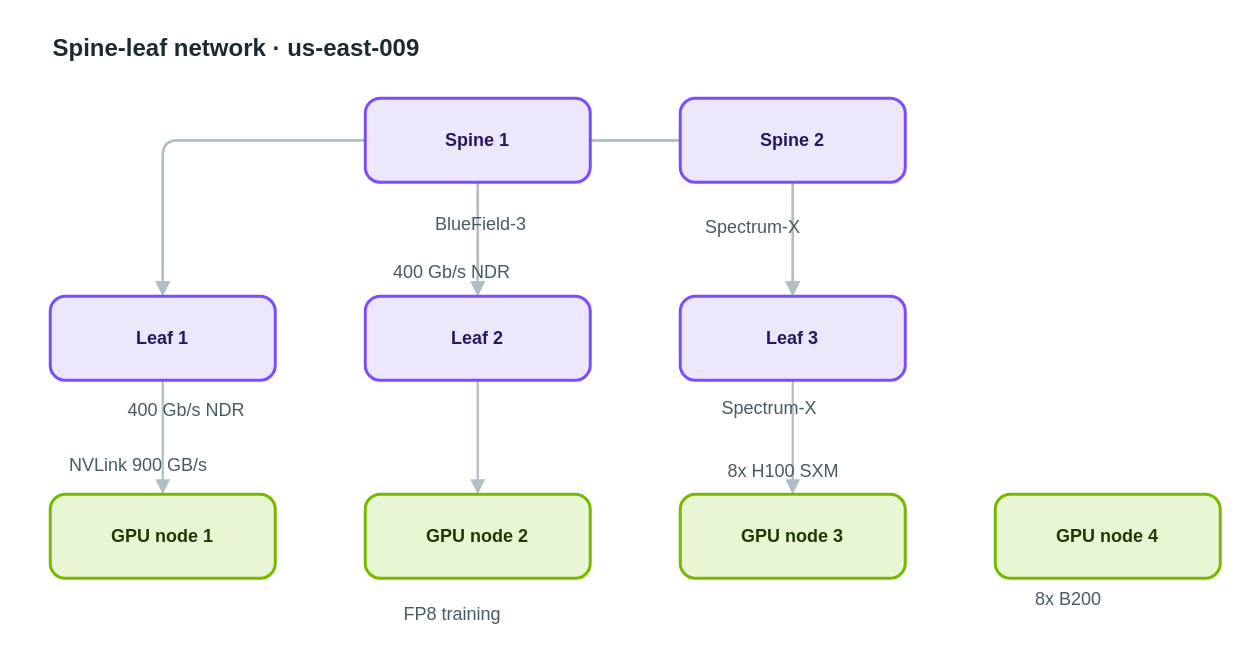
Above: apps/web/public/samples/library/009-spine-leaf-network.drawio in AryanG01/open-apprentice (draw.io), before the change. Source tidied: cells renumbered, new cells numbered last; positions are measured from the earlier drawing's top-left corner, leaving out a move shared by most shapes. Both pictures are drawn from the tidied source at 150%, with x=0, y=0 at pixel (50, 26).
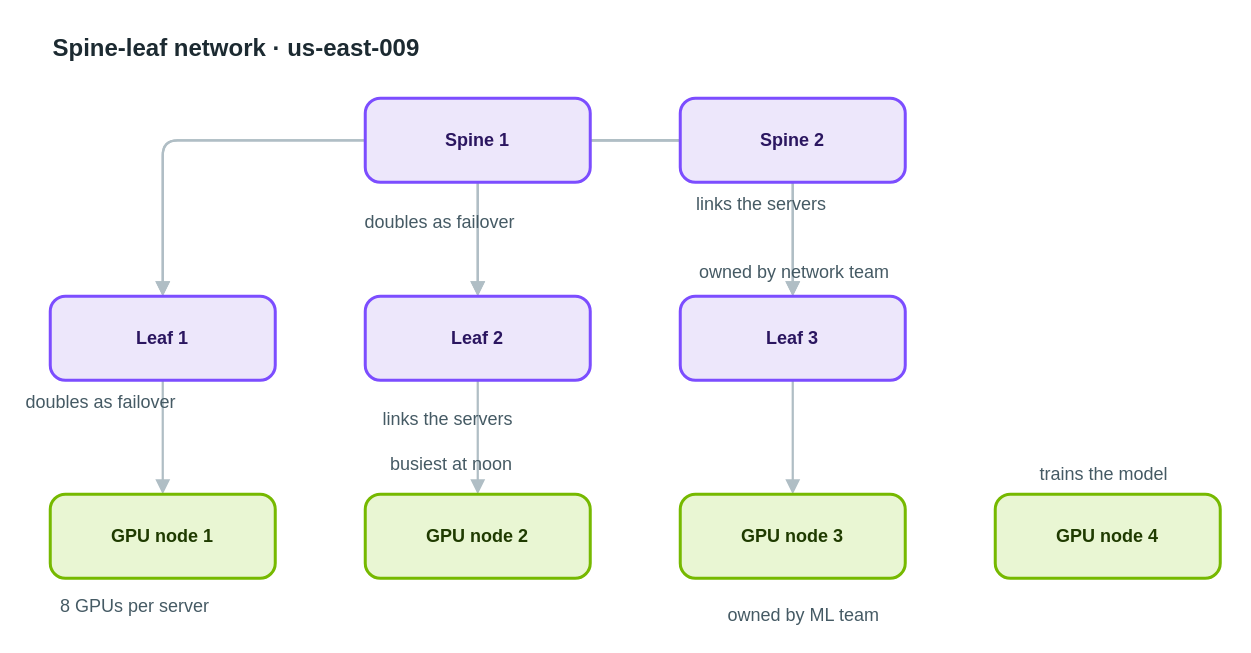
After the change.

Diff of the diagram source:
```diff
@@
-    <mxCell id="21" value="BlueField-3" style="text;html=1;align=left;verticalAlign=top;whiteSpace=nowrap;spacing=0;spacingTop=0;strokeColor=none;fillColor=none;fontSize=12;fontColor=#455a64;" parent="1" vertex="1">
-      <mxGeometry x="257" y="120" width="89" height="20" as="geometry" />
+    <mxCell id="21" value="doubles as failover" style="text;html=1;align=left;verticalAlign=top;whiteSpace=nowrap;spacing=0;spacingTop=0;strokeColor=none;fillColor=none;fontSize=12;fontColor=#455a64;" parent="1" vertex="1">
+      <mxGeometry x="210" y="119" width="145" height="20" as="geometry" />
     </mxCell>
-    <mxCell id="22" value="Spectrum-X" style="text;html=1;align=left;verticalAlign=top;whiteSpace=nowrap;spacing=0;spacingTop=0;strokeColor=none;fillColor=none;fontSize=12;fontColor=#455a64;" parent="1" vertex="1">
-      <mxGeometry x="437" y="122" width="82" height="20" as="geometry" />
+    <mxCell id="22" value="links the servers" style="text;html=1;align=left;verticalAlign=top;whiteSpace=nowrap;spacing=0;spacingTop=0;strokeColor=none;fillColor=none;fontSize=12;fontColor=#455a64;" parent="1" vertex="1">
+      <mxGeometry x="431" y="107" width="131" height="20" as="geometry" />
     </mxCell>
-    <mxCell id="23" value="400 Gb/s NDR" style="text;html=1;align=left;verticalAlign=top;whiteSpace=nowrap;spacing=0;spacingTop=0;strokeColor=none;fillColor=none;fontSize=12;fontColor=#455a64;" parent="1" vertex="1">
-      <mxGeometry x="52" y="244" width="96" height="20" as="geometry" />
+    <mxCell id="23" value="doubles as failover" style="text;html=1;align=left;verticalAlign=top;whiteSpace=nowrap;spacing=0;spacingTop=0;strokeColor=none;fillColor=none;fontSize=12;fontColor=#455a64;" parent="1" vertex="1">
+      <mxGeometry x="-16" y="239" width="145" height="20" as="geometry" />
     </mxCell>
-    <mxCell id="24" value="400 Gb/s NDR" style="text;html=1;align=left;verticalAlign=top;whiteSpace=nowrap;spacing=0;spacingTop=0;strokeColor=none;fillColor=none;fontSize=12;fontColor=#455a64;" parent="1" vertex="1">
-      <mxGeometry x="229" y="152" width="96" height="20" as="geometry" />
+    <mxCell id="24" value="links the servers" style="text;html=1;align=left;verticalAlign=top;whiteSpace=nowrap;spacing=0;spacingTop=0;strokeColor=none;fillColor=none;fontSize=12;fontColor=#455a64;" parent="1" vertex="1">
+      <mxGeometry x="222" y="250" width="131" height="20" as="geometry" />
     </mxCell>
-    <mxCell id="25" value="Spectrum-X" style="text;html=1;align=left;verticalAlign=top;whiteSpace=nowrap;spacing=0;spacingTop=0;strokeColor=none;fillColor=none;fontSize=12;fontColor=#455a64;" parent="1" vertex="1">
-      <mxGeometry x="448" y="243" width="82" height="20" as="geometry" />
+    <mxCell id="25" value="owned by network team" style="text;html=1;align=left;verticalAlign=top;whiteSpace=nowrap;spacing=0;spacingTop=0;strokeColor=none;fillColor=none;fontSize=12;fontColor=#455a64;" parent="1" vertex="1">
+      <mxGeometry x="433" y="152" width="159" height="20" as="geometry" />
     </mxCell>
-    <mxCell id="26" value="NVLink 900 GB/s" style="text;html=1;align=left;verticalAlign=top;whiteSpace=nowrap;spacing=0;spacingTop=0;strokeColor=none;fillColor=none;fontSize=12;fontColor=#455a64;" parent="1" vertex="1">
-      <mxGeometry x="13" y="281" width="117" height="20" as="geometry" />
+    <mxCell id="26" value="8 GPUs per server" style="text;html=1;align=left;verticalAlign=top;whiteSpace=nowrap;spacing=0;spacingTop=0;strokeColor=none;fillColor=none;fontSize=12;fontColor=#455a64;" parent="1" vertex="1">
+      <mxGeometry x="7" y="375" width="131" height="20" as="geometry" />
     </mxCell>
-    <mxCell id="27" value="FP8 training" style="text;html=1;align=left;verticalAlign=top;whiteSpace=nowrap;spacing=0;spacingTop=0;strokeColor=none;fillColor=none;fontSize=12;fontColor=#455a64;" parent="1" vertex="1">
-      <mxGeometry x="236" y="380" width="96" height="20" as="geometry" />
+    <mxCell id="27" value="busiest at noon" style="text;html=1;align=left;verticalAlign=top;whiteSpace=nowrap;spacing=0;spacingTop=0;strokeColor=none;fillColor=none;fontSize=12;fontColor=#455a64;" parent="1" vertex="1">
+      <mxGeometry x="227" y="280" width="117" height="20" as="geometry" />
     </mxCell>
-    <mxCell id="28" value="8x H100 SXM" style="text;html=1;align=left;verticalAlign=top;whiteSpace=nowrap;spacing=0;spacingTop=0;strokeColor=none;fillColor=none;fontSize=12;fontColor=#455a64;" parent="1" vertex="1">
-      <mxGeometry x="452" y="285" width="89" height="20" as="geometry" />
+    <mxCell id="28" value="owned by ML team" style="text;html=1;align=left;verticalAlign=top;whiteSpace=nowrap;spacing=0;spacingTop=0;strokeColor=none;fillColor=none;fontSize=12;fontColor=#455a64;" parent="1" vertex="1">
+      <mxGeometry x="452" y="381" width="124" height="20" as="geometry" />
     </mxCell>
-    <mxCell id="29" value="8x B200" style="text;html=1;align=left;verticalAlign=top;whiteSpace=nowrap;spacing=0;spacingTop=0;strokeColor=none;fillColor=none;fontSize=12;fontColor=#455a64;" parent="1" vertex="1">
-      <mxGeometry x="657" y="370" width="61" height="20" as="geometry" />
+    <mxCell id="29" value="trains the model" style="text;html=1;align=left;verticalAlign=top;whiteSpace=nowrap;spacing=0;spacingTop=0;strokeColor=none;fillColor=none;fontSize=12;fontColor=#455a64;" parent="1" vertex="1">
+      <mxGeometry x="660" y="287" width="124" height="20" as="geometry" />
     </mxCell>
```
